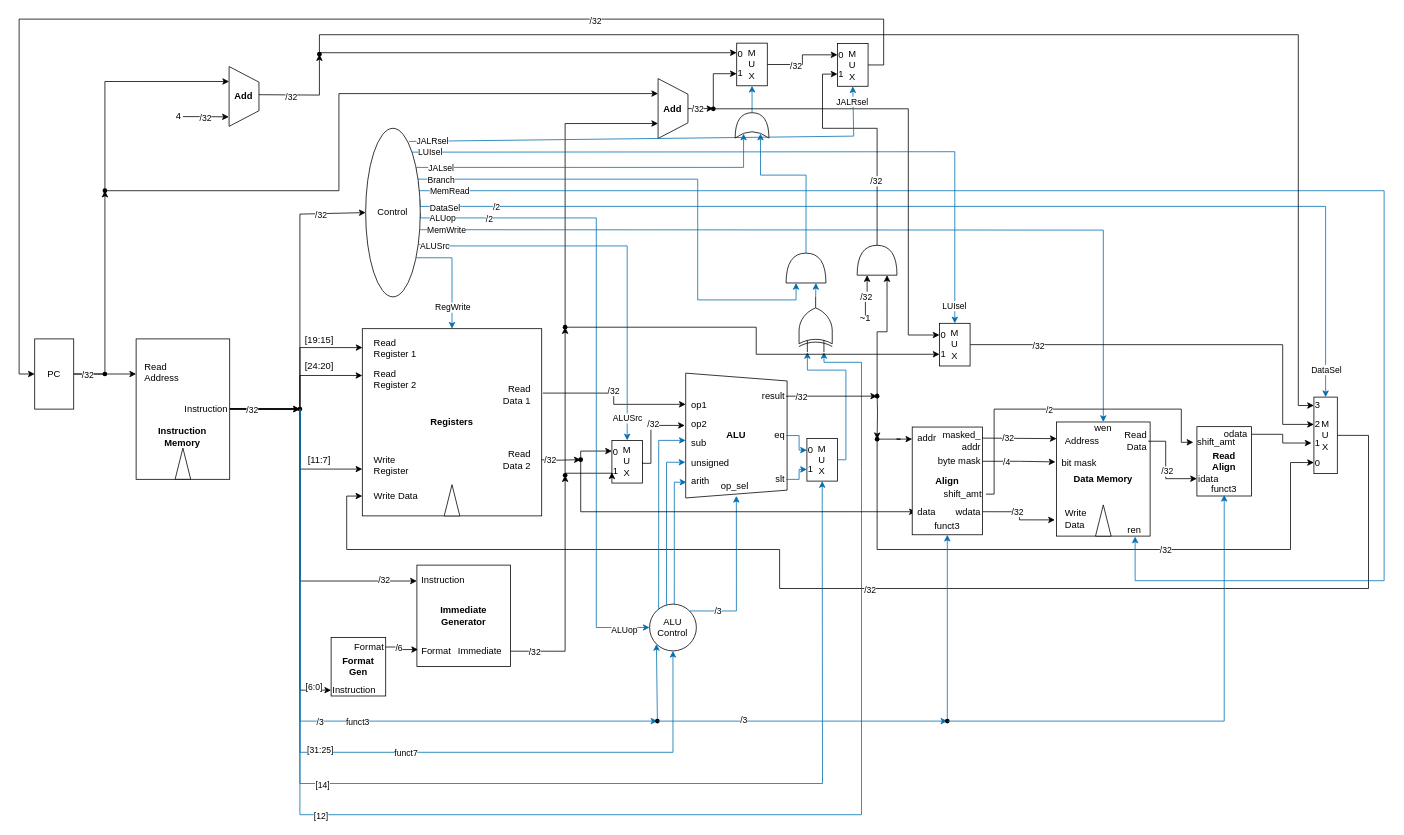
Before: Schematic.drawio in Vohihoin/riscv32i-arch-course-starter-fa26, a draw.io diagram. Source tidied: cells renumbered, new cells numbered last; positions are measured from the earlier drawing's top-left corner, leaving out a move shared by most shapes. Both pictures are drawn from the tidied source at 78%, with x=0, y=0 at pixel (19, 19).
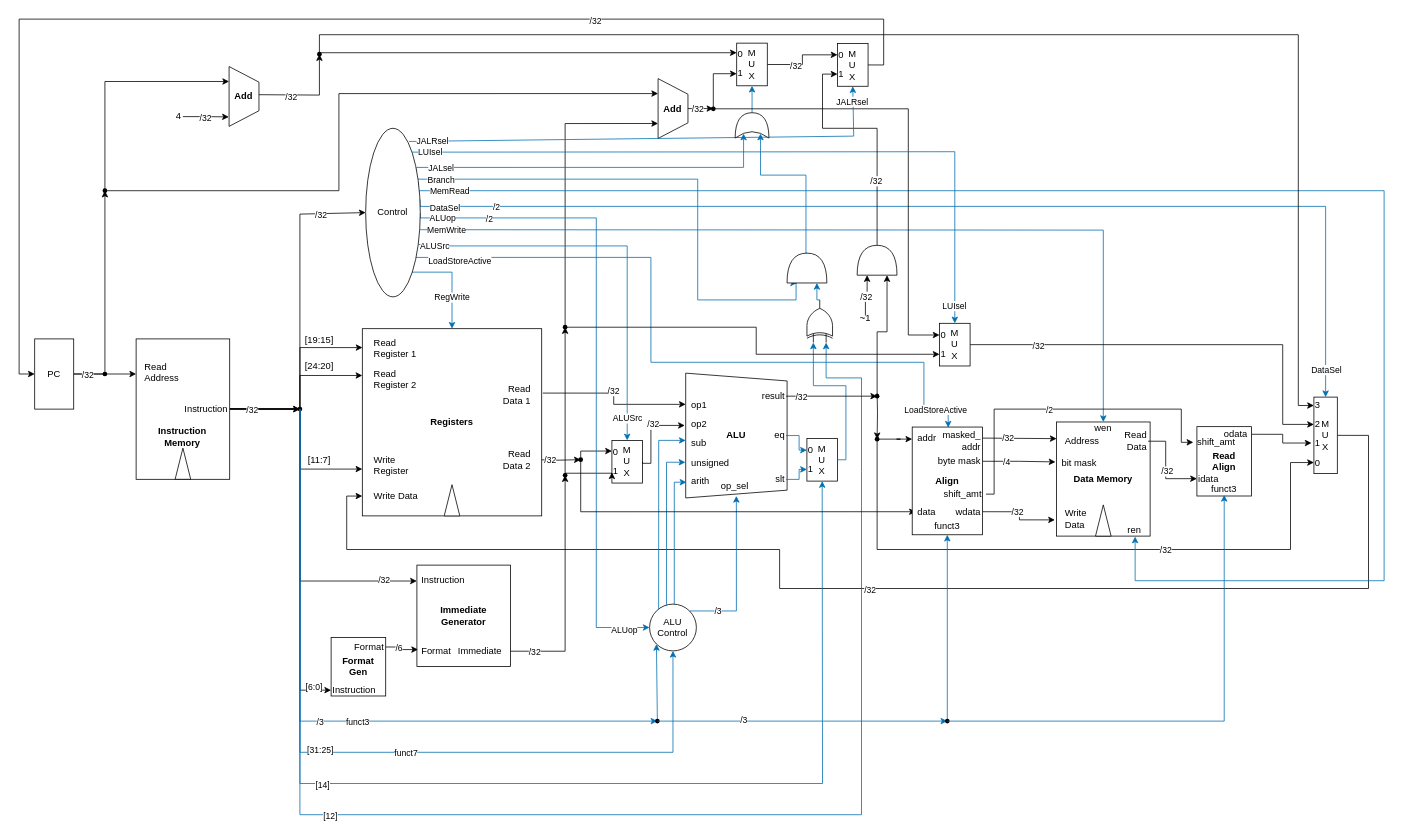
After the change.

Commit message:
adding new connections for LoadStoreActive in schematic diagram

The change refers to these unchanged cells:
```xml
<mxCell id="6" value="&lt;b&gt;Registers&lt;/b&gt;" style="rounded=0;whiteSpace=wrap;html=1;" parent="5" vertex="1">
  <mxGeometry width="230" height="240" as="geometry" />
</mxCell>
<mxCell id="122" value="Control" style="ellipse;whiteSpace=wrap;html=1;shapeInside=1;" parent="1" vertex="1">
  <mxGeometry x="444.3" y="140" width="70" height="216.1" as="geometry" />
</mxCell>
<mxCell id="141" value="M&lt;br&gt;U&lt;br&gt;X" style="rounded=0;whiteSpace=wrap;html=1;" parent="1" vertex="1">
  <mxGeometry x="1010" y="537.6" width="39.2" height="54.7" as="geometry" />
</mxCell>
<mxCell id="214" value="addr" style="text;html=1;whiteSpace=wrap;strokeColor=none;fillColor=none;align=left;verticalAlign=middle;rounded=0;" parent="212" vertex="1">
  <mxGeometry x="4.6" y="0.7" width="55.4" height="26.3" as="geometry" />
</mxCell>
```

What changed in the source:
```diff
@@
-    <mxCell id="107" style="edgeStyle=orthogonalEdgeStyle;rounded=0;jettySize=auto;html=1;exitX=0.927;exitY=0.768;exitDx=0;exitDy=0;entryX=0.5;entryY=0;entryDx=0;entryDy=0;fillColor=#1ba1e2;strokeColor=#006EAF;exitPerimeter=0;" parent="1" edge="1" source="122" target="6">
-      <mxGeometry x="0.5" relative="1" as="geometry">
+    <mxCell id="107" style="edgeStyle=orthogonalEdgeStyle;rounded=0;jettySize=auto;html=1;exitX=1;exitY=1;exitDx=0;exitDy=0;entryX=0.5;entryY=0;entryDx=0;entryDy=0;fillColor=#1ba1e2;strokeColor=#006EAF;" parent="1" edge="1" source="122" target="6">
+      <mxGeometry x="0.58" relative="1" as="geometry">
         <Array as="points">
-          <mxPoint x="555" y="305.8" />
+          <mxPoint x="555" y="324.4" />
         </Array>
       </mxGeometry>
     </mxCell>
     <mxCell id="108" value="RegWrite" style="edgeLabel;html=1;align=center;verticalAlign=middle;" parent="107" vertex="1">
       <mxGeometry x="-0.51" relative="1" as="geometry">
-        <mxPoint x="13" y="64" as="offset" />
+        <mxPoint x="21" y="32" as="offset" />
       </mxGeometry>
     </mxCell>
@@
+    <mxCell id="238" style="edgeStyle=orthogonalEdgeStyle;rounded=0;jettySize=auto;html=1;exitX=0.923;exitY=0.766;exitDx=0;exitDy=0;entryX=0.75;entryY=0;entryDx=0;entryDy=0;fillColor=#1ba1e2;strokeColor=#006EAF;exitPerimeter=0;" parent="1" edge="1" source="122" target="214">
+      <mxGeometry x="0.01" relative="1" as="geometry">
+        <Array as="points">
+          <mxPoint x="810" y="305.5" />
+          <mxPoint x="810" y="440" />
+          <mxPoint x="1160" y="440" />
+          <mxPoint x="1160" y="500" />
+          <mxPoint x="1191.2" y="500" />
+        </Array>
+      </mxGeometry>
+    </mxCell>
+    <mxCell id="239" value="LoadStoreActive" style="edgeLabel;html=1;align=center;verticalAlign=middle;" parent="238" vertex="1">
+      <mxGeometry x="-0.92" y="-1" relative="1" as="geometry">
+        <mxPoint x="20" y="3" as="offset" />
+      </mxGeometry>
+    </mxCell>
+    <mxCell id="240" value="LoadStoreActive" style="edgeLabel;html=1;align=center;verticalAlign=middle;" parent="238" vertex="1">
+      <mxGeometry x="0.91" relative="1" as="geometry" />
+    </mxCell>
@@
     <mxCell id="129" style="shape=or;whiteSpace=wrap;html=1;shapeInside=1;rotation=-90;" parent="1" vertex="1">
-      <mxGeometry x="989.7" y="293.6" width="38.3" height="51.1" as="geometry" />
+      <mxGeometry x="990.9" y="293.6" width="38.3" height="51.1" as="geometry" />
     </mxCell>
@@
     <mxCell id="140" style="verticalLabelPosition=bottom;shadow=0;dashed=0;align=center;html=1;verticalAlign=top;shape=mxgraph.electrical.logic_gates.logic_gate;operation=xor;rotation=-90;" parent="1" vertex="1">
-      <mxGeometry x="985.8" y="370.2" width="70.8" height="42.5" as="geometry" />
+      <mxGeometry x="999.1" y="370.9" width="54.7" height="32.8" as="geometry" />
     </mxCell>
@@
     <mxCell id="146" style="endArrow=classic;html=1;rounded=0;entryX=0;entryY=0.75;entryDx=0;entryDy=0;entryPerimeter=0;fillColor=#1ba1e2;strokeColor=#006EAF;" parent="1" edge="1" target="140">
-      <mxGeometry x="0.26" relative="1" as="geometry">
+      <mxGeometry x="0.28" relative="1" as="geometry">
         <mxPoint x="360" y="500" as="sourcePoint" />
         <Array as="points">
           <mxPoint x="360" y="1020" />
           <mxPoint x="1080" y="1020" />
           <mxPoint x="1080" y="730" />
           <mxPoint x="1080" y="580" />
-          <mxPoint x="1080" y="440" />
-          <mxPoint x="1031.9" y="440" />
+          <mxPoint x="1080" y="460" />
+          <mxPoint x="1060" y="460" />
+          <mxPoint x="1034.6" y="460" />
         </Array>
       </mxGeometry>
     </mxCell>
     <mxCell id="147" value="[12]" style="edgeLabel;html=1;align=center;verticalAlign=middle;" parent="146" vertex="1">
-      <mxGeometry x="-0.42" y="-1" relative="1" as="geometry" />
+      <mxGeometry x="-0.41" y="-1" relative="1" as="geometry" />
     </mxCell>
     <mxCell id="148" style="edgeStyle=orthogonalEdgeStyle;rounded=0;jettySize=auto;html=1;exitX=1;exitY=0.5;exitDx=0;exitDy=0;entryX=0;entryY=0.25;entryDx=0;entryDy=0;entryPerimeter=0;fillColor=#1ba1e2;strokeColor=#006EAF;" parent="1" edge="1" source="141" target="140">
-      <mxGeometry relative="1" as="geometry">
+      <mxGeometry x="0.13" relative="1" as="geometry">
         <Array as="points">
           <mxPoint x="1060" y="565" />
-          <mxPoint x="1060" y="450" />
-          <mxPoint x="1010.6" y="450" />
+          <mxPoint x="1060" y="470" />
+          <mxPoint x="1018.2" y="470" />
         </Array>
       </mxGeometry>
     </mxCell>
```
